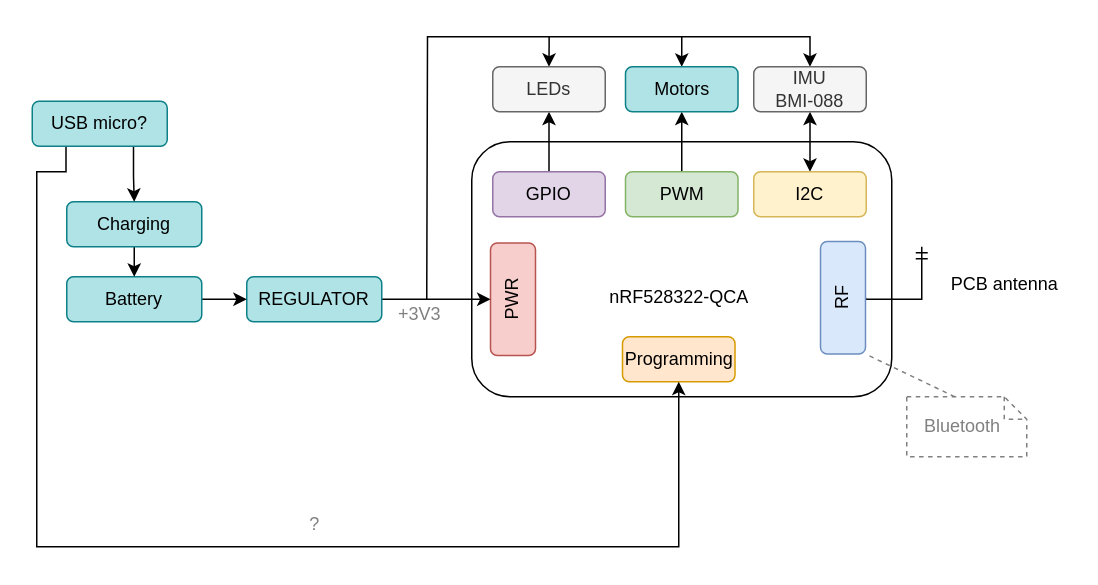
Earlier version of the draw.io diagram 1_Docs/block_diagram.drawio (carvalhodemagno/carapana). Source tidied: cells renumbered, new cells numbered last; positions are measured from the earlier drawing's top-left corner, leaving out a move shared by most shapes. Both pictures are drawn from the tidied source at 150%, with x=0, y=0 at pixel (32, 36).
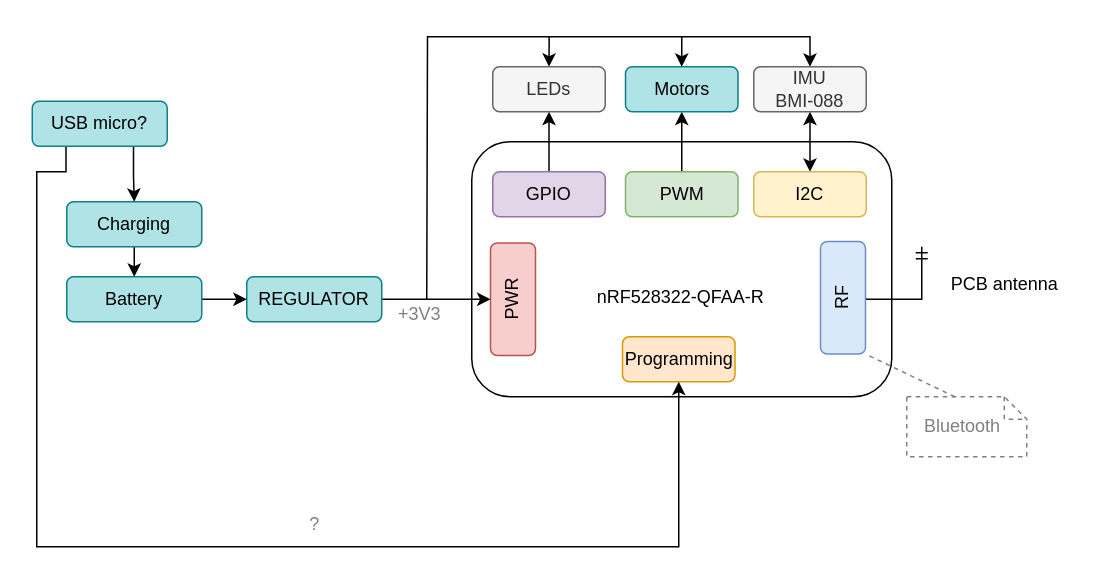
After the change.

Commit message (it also covers changes not shown here):
Adds 2_Motors schematic sheet and updates block diagram

Change to the diagram source:
```diff
@@
-    <mxCell id="3" value="nRF528322-QCA" style="text;html=1;align=center;verticalAlign=middle;strokeColor=none;fillColor=none;" parent="1" vertex="1">
-      <mxGeometry x="371" y="159" width="120" height="30" as="geometry" />
+    <mxCell id="3" value="nRF528322-QFAA-R" style="text;html=1;align=center;verticalAlign=middle;strokeColor=none;fillColor=none;" parent="1" vertex="1">
+      <mxGeometry x="367" y="161" width="129" height="26" as="geometry" />
     </mxCell>
```
